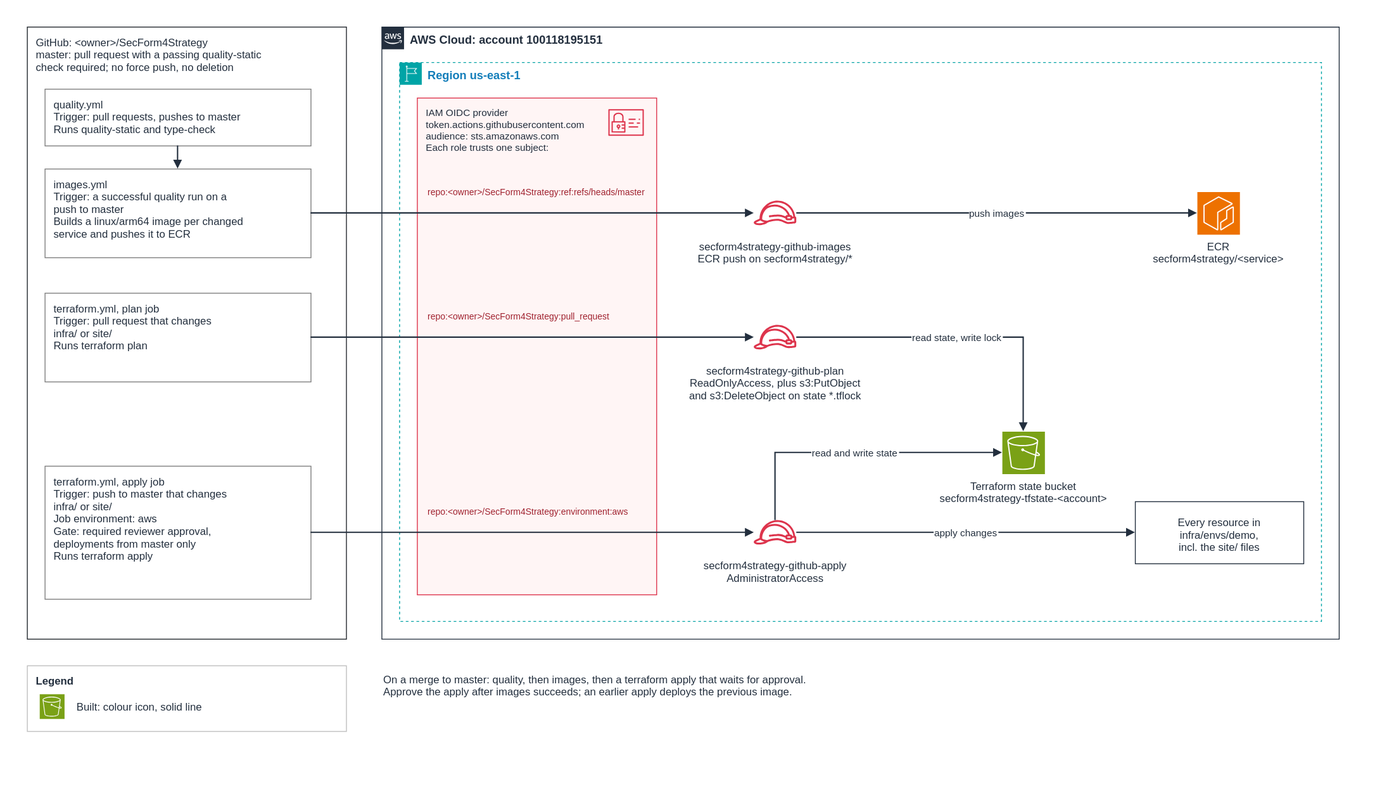
The draw.io diagram docs/diagrams/aws-ci-cd.drawio.svg in josemita87/SecForm4Strategy, before a commit. Source tidied: cells renumbered, new cells last; positions are measured from the earlier drawing's top-left corner, leaving out a move shared by most shapes.
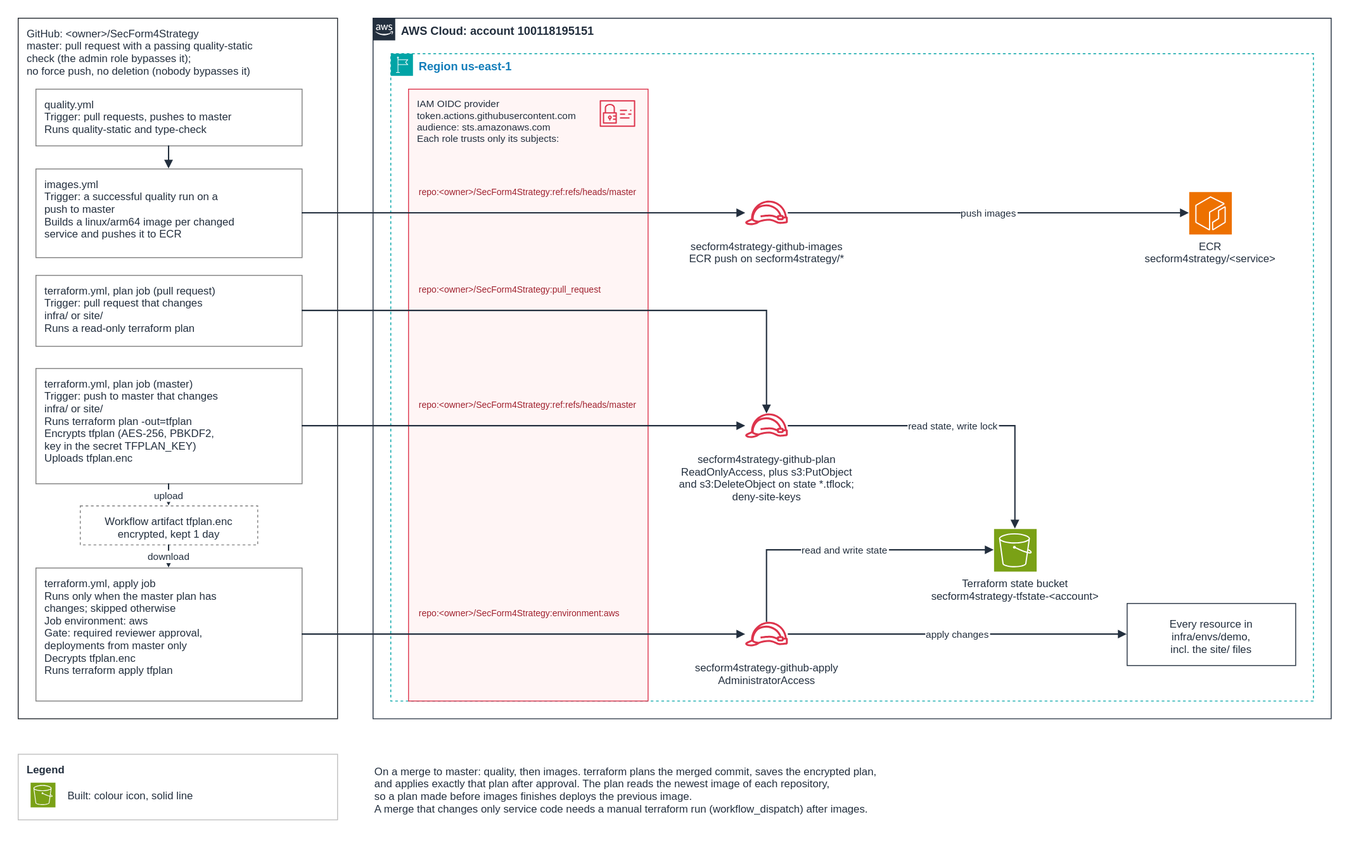
The same diagram one commit later.

The edit, as a diff of the source:
```diff
@@ -2,65 +2,65 @@
   <root>
     <mxCell id="0" />
     <mxCell id="1" parent="0" />
-    <mxCell id="2" value="GitHub: &lt;owner&gt;/SecForm4Strategy&#10;master: pull request with a passing quality-static&#10;check required; no force push, no deletion" style="rounded=0;arcSize=6;html=0;fillColor=none;strokeColor=#24292F;fontColor=#232F3E;fontSize=12;fontStyle=0;verticalAlign=top;align=left;spacingLeft=8;spacingTop=4;spacingRight=8;" parent="1" vertex="1">
-      <mxGeometry width="360" height="690" as="geometry" />
+    <mxCell id="2" value="GitHub: &lt;owner&gt;/SecForm4Strategy&#10;master: pull request with a passing quality-static&#10;check (the admin role bypasses it);&#10;no force push, no deletion (nobody bypasses it)" style="rounded=0;arcSize=6;html=0;fillColor=none;strokeColor=#24292F;fontColor=#232F3E;fontSize=12;fontStyle=0;verticalAlign=top;align=left;spacingLeft=8;spacingTop=4;spacingRight=8;" parent="1" vertex="1">
+      <mxGeometry width="360" height="790" as="geometry" />
     </mxCell>
     <mxCell id="3" value="images.yml&#10;Trigger: a successful quality run on a&#10;push to master&#10;Builds a linux/arm64 image per changed&#10;service and pushes it to ECR" style="rounded=0;arcSize=6;html=0;fillColor=#FFFFFF;strokeColor=#7F7F7F;fontColor=#232F3E;fontSize=12;fontStyle=0;verticalAlign=top;align=left;spacingLeft=8;spacingTop=4;spacingRight=8;" parent="1" vertex="1">
-      <mxGeometry x="20" y="160" width="300" height="100" as="geometry" />
+      <mxGeometry x="20" y="170" width="300" height="100" as="geometry" />
     </mxCell>
-    <mxCell id="4" value="terraform.yml, plan job&#10;Trigger: pull request that changes&#10;infra/ or site/&#10;Runs terraform plan" style="rounded=0;arcSize=6;html=0;fillColor=#FFFFFF;strokeColor=#7F7F7F;fontColor=#232F3E;fontSize=12;fontStyle=0;verticalAlign=top;align=left;spacingLeft=8;spacingTop=4;spacingRight=8;" parent="1" vertex="1">
-      <mxGeometry x="20" y="300" width="300" height="100" as="geometry" />
+    <mxCell id="4" value="terraform.yml, plan job (pull request)&#10;Trigger: pull request that changes&#10;infra/ or site/&#10;Runs a read-only terraform plan" style="rounded=0;arcSize=6;html=0;fillColor=#FFFFFF;strokeColor=#7F7F7F;fontColor=#232F3E;fontSize=12;fontStyle=0;verticalAlign=top;align=left;spacingLeft=8;spacingTop=4;spacingRight=8;" parent="1" vertex="1">
+      <mxGeometry x="20" y="290" width="300" height="80" as="geometry" />
     </mxCell>
-    <mxCell id="5" value="terraform.yml, apply job&#10;Trigger: push to master that changes&#10;infra/ or site/&#10;Job environment: aws&#10;Gate: required reviewer approval,&#10;deployments from master only&#10;Runs terraform apply" style="rounded=0;arcSize=6;html=0;fillColor=#FFFFFF;strokeColor=#7F7F7F;fontColor=#232F3E;fontSize=12;fontStyle=0;verticalAlign=top;align=left;spacingLeft=8;spacingTop=4;spacingRight=8;" parent="1" vertex="1">
-      <mxGeometry x="20" y="495" width="300" height="150" as="geometry" />
+    <mxCell id="5" value="terraform.yml, apply job&#10;Runs only when the master plan has&#10;changes; skipped otherwise&#10;Job environment: aws&#10;Gate: required reviewer approval,&#10;deployments from master only&#10;Decrypts tfplan.enc&#10;Runs terraform apply tfplan" style="rounded=0;arcSize=6;html=0;fillColor=#FFFFFF;strokeColor=#7F7F7F;fontColor=#232F3E;fontSize=12;fontStyle=0;verticalAlign=top;align=left;spacingLeft=8;spacingTop=4;spacingRight=8;" parent="1" vertex="1">
+      <mxGeometry x="20" y="620" width="300" height="150" as="geometry" />
     </mxCell>
     <mxCell id="6" value="AWS Cloud: account 100118195151" style="gradientColor=none;html=0;fontSize=13;fontStyle=1;shape=mxgraph.aws4.group;verticalAlign=top;align=left;spacingLeft=30;grIcon=mxgraph.aws4.group_aws_cloud_alt;strokeColor=#232F3E;fillColor=none;fontColor=#232F3E;dashed=0;" parent="1" vertex="1">
-      <mxGeometry x="400" width="1080" height="690" as="geometry" />
+      <mxGeometry x="400" width="1080" height="790" as="geometry" />
     </mxCell>
     <mxCell id="7" value="Region us-east-1" style="gradientColor=none;html=0;fontSize=13;fontStyle=1;shape=mxgraph.aws4.group;verticalAlign=top;align=left;spacingLeft=30;grIcon=mxgraph.aws4.group_region;strokeColor=#00A4A6;fillColor=none;fontColor=#147EBA;dashed=1;" parent="1" vertex="1">
-      <mxGeometry x="420" y="40" width="1040" height="630" as="geometry" />
+      <mxGeometry x="420" y="40" width="1040" height="730" as="geometry" />
     </mxCell>
-    <mxCell id="8" value="IAM OIDC provider&#10;token.actions.githubusercontent.com&#10;audience: sts.amazonaws.com&#10;Each role trusts one subject:" style="rounded=0;arcSize=6;html=0;fillColor=#FFF5F5;strokeColor=#DD344C;fontColor=#232F3E;fontSize=11;fontStyle=0;verticalAlign=top;align=left;spacingLeft=8;spacingTop=4;spacingRight=8;" parent="1" vertex="1">
-      <mxGeometry x="440" y="80" width="270" height="560" as="geometry" />
+    <mxCell id="8" value="IAM OIDC provider&#10;token.actions.githubusercontent.com&#10;audience: sts.amazonaws.com&#10;Each role trusts only its subjects:" style="rounded=0;arcSize=6;html=0;fillColor=#FFF5F5;strokeColor=#DD344C;fontColor=#232F3E;fontSize=11;fontStyle=0;verticalAlign=top;align=left;spacingLeft=8;spacingTop=4;spacingRight=8;" parent="1" vertex="1">
+      <mxGeometry x="440" y="80" width="270" height="690" as="geometry" />
     </mxCell>
     <mxCell id="9" style="fontColor=#232F3E;gradientColor=none;fillColor=#DD344C;strokeColor=none;dashed=0;verticalLabelPosition=bottom;verticalAlign=top;align=center;html=0;fontSize=12;fontStyle=0;shape=mxgraph.aws4.identity_and_access_management;" parent="1" vertex="1">
       <mxGeometry x="656" y="88" width="40" height="40" as="geometry" />
     </mxCell>
     <mxCell id="10" value="secform4strategy-github-images&#10;ECR push on secform4strategy/*" style="outlineConnect=0;fontColor=#232F3E;gradientColor=none;fillColor=#DD344C;strokeColor=none;dashed=0;verticalLabelPosition=bottom;verticalAlign=top;align=center;html=0;fontSize=12;fontStyle=0;shape=mxgraph.aws4.role;" parent="1" vertex="1">
-      <mxGeometry x="820" y="186" width="48" height="48" as="geometry" />
+      <mxGeometry x="820" y="196" width="48" height="48" as="geometry" />
     </mxCell>
-    <mxCell id="11" value="secform4strategy-github-plan&#10;ReadOnlyAccess, plus s3:PutObject&#10;and s3:DeleteObject on state *.tflock" style="outlineConnect=0;fontColor=#232F3E;gradientColor=none;fillColor=#DD344C;strokeColor=none;dashed=0;verticalLabelPosition=bottom;verticalAlign=top;align=center;html=0;fontSize=12;fontStyle=0;shape=mxgraph.aws4.role;" parent="1" vertex="1">
-      <mxGeometry x="820" y="326" width="48" height="48" as="geometry" />
+    <mxCell id="11" value="secform4strategy-github-plan&#10;ReadOnlyAccess, plus s3:PutObject&#10;and s3:DeleteObject on state *.tflock;&#10;deny-site-keys" style="outlineConnect=0;fontColor=#232F3E;gradientColor=none;fillColor=#DD344C;strokeColor=none;dashed=0;verticalLabelPosition=bottom;verticalAlign=top;align=center;html=0;fontSize=12;fontStyle=0;shape=mxgraph.aws4.role;" parent="1" vertex="1">
+      <mxGeometry x="820" y="436" width="48" height="48" as="geometry" />
     </mxCell>
     <mxCell id="12" value="secform4strategy-github-apply&#10;AdministratorAccess" style="outlineConnect=0;fontColor=#232F3E;gradientColor=none;fillColor=#DD344C;strokeColor=none;dashed=0;verticalLabelPosition=bottom;verticalAlign=top;align=center;html=0;fontSize=12;fontStyle=0;shape=mxgraph.aws4.role;" parent="1" vertex="1">
-      <mxGeometry x="820" y="546" width="48" height="48" as="geometry" />
+      <mxGeometry x="820" y="671" width="48" height="48" as="geometry" />
     </mxCell>
     <mxCell id="13" style="edgeStyle=orthogonalEdgeStyle;rounded=0;html=0;endArrow=block;endFill=1;strokeWidth=1.5;strokeColor=#232F3E;fontColor=#232F3E;fontSize=11;labelBackgroundColor=#ffffff;exitX=1;exitY=0.5;exitDx=0;exitDy=0;entryX=0;entryY=0.5;entryDx=0;entryDy=0;" parent="1" edge="1" source="3" target="10">
       <mxGeometry relative="1" as="geometry" />
     </mxCell>
     <mxCell id="14" value="repo:&lt;owner&gt;/SecForm4Strategy:ref:refs/heads/master" style="text;html=0;strokeColor=none;fillColor=none;align=left;verticalAlign=middle;fontSize=10;fontColor=#A0222F;fontStyle=0;" parent="1" vertex="1">
-      <mxGeometry x="450" y="168" width="250" height="36" as="geometry" />
+      <mxGeometry x="450" y="178" width="250" height="36" as="geometry" />
     </mxCell>
-    <mxCell id="15" style="edgeStyle=orthogonalEdgeStyle;rounded=0;html=0;endArrow=block;endFill=1;strokeWidth=1.5;strokeColor=#232F3E;fontColor=#232F3E;fontSize=11;labelBackgroundColor=#ffffff;exitX=1;exitY=0.5;exitDx=0;exitDy=0;entryX=0;entryY=0.5;entryDx=0;entryDy=0;" parent="1" edge="1" source="4" target="11">
+    <mxCell id="15" style="edgeStyle=orthogonalEdgeStyle;rounded=0;html=0;endArrow=block;endFill=1;strokeWidth=1.5;strokeColor=#232F3E;fontColor=#232F3E;fontSize=11;labelBackgroundColor=#ffffff;exitX=1;exitY=0.5;exitDx=0;exitDy=0;entryX=0.5;entryY=0;entryDx=0;entryDy=0;" parent="1" edge="1" source="4" target="11">
       <mxGeometry relative="1" as="geometry" />
     </mxCell>
     <mxCell id="16" value="repo:&lt;owner&gt;/SecForm4Strategy:pull_request" style="text;html=0;strokeColor=none;fillColor=none;align=left;verticalAlign=middle;fontSize=10;fontColor=#A0222F;fontStyle=0;" parent="1" vertex="1">
-      <mxGeometry x="450" y="308" width="250" height="36" as="geometry" />
+      <mxGeometry x="450" y="288" width="250" height="36" as="geometry" />
     </mxCell>
     <mxCell id="17" style="edgeStyle=orthogonalEdgeStyle;rounded=0;html=0;endArrow=block;endFill=1;strokeWidth=1.5;strokeColor=#232F3E;fontColor=#232F3E;fontSize=11;labelBackgroundColor=#ffffff;exitX=1;exitY=0.5;exitDx=0;exitDy=0;entryX=0;entryY=0.5;entryDx=0;entryDy=0;" parent="1" edge="1" source="5" target="12">
       <mxGeometry relative="1" as="geometry" />
     </mxCell>
     <mxCell id="18" value="repo:&lt;owner&gt;/SecForm4Strategy:environment:aws" style="text;html=0;strokeColor=none;fillColor=none;align=left;verticalAlign=middle;fontSize=10;fontColor=#A0222F;fontStyle=0;" parent="1" vertex="1">
-      <mxGeometry x="450" y="528" width="250" height="36" as="geometry" />
+      <mxGeometry x="450" y="653" width="250" height="36" as="geometry" />
     </mxCell>
     <mxCell id="19" value="ECR&#10;secform4strategy/&lt;service&gt;" style="points=[[0,0,0],[0.25,0,0],[0.5,0,0],[0.75,0,0],[1,0,0],[0,1,0],[0.25,1,0],[0.5,1,0],[0.75,1,0],[1,1,0],[0,0.25,0],[0,0.5,0],[0,0.75,0],[1,0.25,0],[1,0.5,0],[1,0.75,0]];outlineConnect=0;fontColor=#232F3E;fillColor=#ED7100;strokeColor=#ffffff;dashed=0;verticalLabelPosition=bottom;verticalAlign=top;align=center;html=0;fontSize=12;fontStyle=0;shape=mxgraph.aws4.resourceIcon;resIcon=mxgraph.aws4.ecr;" parent="1" vertex="1">
-      <mxGeometry x="1320" y="186" width="48" height="48" as="geometry" />
+      <mxGeometry x="1320" y="196" width="48" height="48" as="geometry" />
     </mxCell>
     <mxCell id="20" value="Terraform state bucket&#10;secform4strategy-tfstate-&lt;account&gt;" style="points=[[0,0,0],[0.25,0,0],[0.5,0,0],[0.75,0,0],[1,0,0],[0,1,0],[0.25,1,0],[0.5,1,0],[0.75,1,0],[1,1,0],[0,0.25,0],[0,0.5,0],[0,0.75,0],[1,0.25,0],[1,0.5,0],[1,0.75,0]];outlineConnect=0;fontColor=#232F3E;fillColor=#7AA116;strokeColor=#ffffff;dashed=0;verticalLabelPosition=bottom;verticalAlign=top;align=center;html=0;fontSize=12;fontStyle=0;shape=mxgraph.aws4.resourceIcon;resIcon=mxgraph.aws4.s3;" parent="1" vertex="1">
-      <mxGeometry x="1100" y="456" width="48" height="48" as="geometry" />
+      <mxGeometry x="1100" y="576" width="48" height="48" as="geometry" />
     </mxCell>
     <mxCell id="21" value="Every resource in&#10;infra/envs/demo,&#10;incl. the site/ files" style="rounded=0;arcSize=6;html=0;fillColor=none;strokeColor=#232F3E;fontColor=#232F3E;fontSize=12;fontStyle=0;verticalAlign=middle;align=center;spacingLeft=8;spacingTop=4;spacingRight=8;" parent="1" vertex="1">
-      <mxGeometry x="1250" y="535" width="190" height="70" as="geometry" />
+      <mxGeometry x="1250" y="660" width="190" height="70" as="geometry" />
     </mxCell>
     <mxCell id="22" value="push images" style="edgeStyle=orthogonalEdgeStyle;rounded=0;html=0;endArrow=block;endFill=1;strokeWidth=1.5;strokeColor=#232F3E;fontColor=#232F3E;fontSize=11;labelBackgroundColor=#ffffff;exitX=1;exitY=0.5;exitDx=0;exitDy=0;entryX=0;entryY=0.5;entryDx=0;entryDy=0;" parent="1" edge="1" source="10" target="19">
       <mxGeometry relative="1" as="geometry" />
@@ -75,22 +75,40 @@
       <mxGeometry relative="1" as="geometry" />
     </mxCell>
     <mxCell id="26" value="Legend" style="rounded=0;arcSize=6;html=0;fillColor=#FFFFFF;strokeColor=#BFBFBF;fontColor=#232F3E;fontSize=12;fontStyle=1;verticalAlign=top;align=left;spacingLeft=8;spacingTop=4;spacingRight=8;" parent="1" vertex="1">
-      <mxGeometry y="720" width="360" height="74" as="geometry" />
+      <mxGeometry y="830" width="360" height="74" as="geometry" />
     </mxCell>
     <mxCell id="27" style="fontColor=#232F3E;fillColor=#7AA116;strokeColor=#ffffff;dashed=0;verticalLabelPosition=bottom;verticalAlign=top;align=center;html=0;fontSize=12;fontStyle=0;shape=mxgraph.aws4.resourceIcon;resIcon=mxgraph.aws4.s3;" parent="1" vertex="1">
-      <mxGeometry x="14" y="752" width="28" height="28" as="geometry" />
+      <mxGeometry x="14" y="862" width="28" height="28" as="geometry" />
     </mxCell>
     <mxCell id="28" value="Built: colour icon, solid line" style="text;html=0;strokeColor=none;fillColor=none;align=left;verticalAlign=middle;fontSize=12;fontColor=#232F3E;fontStyle=0;" parent="1" vertex="1">
-      <mxGeometry x="54" y="752" width="300" height="28" as="geometry" />
+      <mxGeometry x="54" y="862" width="300" height="28" as="geometry" />
     </mxCell>
-    <mxCell id="29" value="On a merge to master: quality, then images, then a terraform apply that waits for approval.&#10;Approve the apply after images succeeds; an earlier apply deploys the previous image." style="text;html=0;strokeColor=none;fillColor=none;align=left;verticalAlign=middle;fontSize=12;fontColor=#232F3E;fontStyle=0;" parent="1" vertex="1">
-      <mxGeometry x="400" y="720" width="760" height="44" as="geometry" />
+    <mxCell id="29" value="On a merge to master: quality, then images. terraform plans the merged commit, saves the encrypted plan,&#10;and applies exactly that plan after approval. The plan reads the newest image of each repository,&#10;so a plan made before images finishes deploys the previous image.&#10;A merge that changes only service code needs a manual terraform run (workflow_dispatch) after images." style="text;html=0;strokeColor=none;fillColor=none;align=left;verticalAlign=middle;fontSize=12;fontColor=#232F3E;fontStyle=0;" parent="1" vertex="1">
+      <mxGeometry x="400" y="830" width="800" height="80" as="geometry" />
     </mxCell>
     <mxCell id="30" value="quality.yml&#10;Trigger: pull requests, pushes to master&#10;Runs quality-static and type-check" style="rounded=0;arcSize=6;html=0;fillColor=#FFFFFF;strokeColor=#7F7F7F;fontColor=#232F3E;fontSize=12;fontStyle=0;verticalAlign=top;align=left;spacingLeft=8;spacingTop=4;spacingRight=8;" parent="1" vertex="1">
-      <mxGeometry x="20" y="70" width="300" height="64" as="geometry" />
+      <mxGeometry x="20" y="80" width="300" height="64" as="geometry" />
     </mxCell>
     <mxCell id="31" style="edgeStyle=orthogonalEdgeStyle;rounded=0;html=0;endArrow=block;endFill=1;strokeWidth=1.5;strokeColor=#232F3E;fontColor=#232F3E;fontSize=11;labelBackgroundColor=#ffffff;exitX=0.5;exitY=1;exitDx=0;exitDy=0;entryX=0.5;entryY=0;entryDx=0;entryDy=0;" parent="1" edge="1" source="30" target="3">
       <mxGeometry relative="1" as="geometry" />
     </mxCell>
+    <mxCell id="32" value="terraform.yml, plan job (master)&#10;Trigger: push to master that changes&#10;infra/ or site/&#10;Runs terraform plan -out=tfplan&#10;Encrypts tfplan (AES-256, PBKDF2,&#10;key in the secret TFPLAN_KEY)&#10;Uploads tfplan.enc" style="rounded=0;arcSize=6;html=0;fillColor=#FFFFFF;strokeColor=#7F7F7F;fontColor=#232F3E;fontSize=12;fontStyle=0;verticalAlign=top;align=left;spacingLeft=8;spacingTop=4;spacingRight=8;" parent="1" vertex="1">
+      <mxGeometry x="20" y="395" width="300" height="130" as="geometry" />
+    </mxCell>
+    <mxCell id="33" value="Workflow artifact tfplan.enc&#10;encrypted, kept 1 day" style="rounded=0;arcSize=6;html=0;fillColor=#FFFFFF;strokeColor=#7F7F7F;dashed=1;fontColor=#232F3E;fontSize=12;fontStyle=0;verticalAlign=middle;align=center;spacingLeft=8;spacingTop=4;spacingRight=8;" parent="1" vertex="1">
+      <mxGeometry x="70" y="550" width="200" height="44" as="geometry" />
+    </mxCell>
+    <mxCell id="34" value="upload" style="edgeStyle=orthogonalEdgeStyle;rounded=0;html=0;endArrow=block;endFill=1;strokeWidth=1.5;strokeColor=#232F3E;fontColor=#232F3E;fontSize=11;labelBackgroundColor=#ffffff;exitX=0.5;exitY=1;exitDx=0;exitDy=0;entryX=0.5;entryY=0;entryDx=0;entryDy=0;" parent="1" edge="1" source="32" target="33">
+      <mxGeometry relative="1" as="geometry" />
+    </mxCell>
+    <mxCell id="35" value="download" style="edgeStyle=orthogonalEdgeStyle;rounded=0;html=0;endArrow=block;endFill=1;strokeWidth=1.5;strokeColor=#232F3E;fontColor=#232F3E;fontSize=11;labelBackgroundColor=#ffffff;exitX=0.5;exitY=1;exitDx=0;exitDy=0;entryX=0.5;entryY=0;entryDx=0;entryDy=0;" parent="1" edge="1" source="33" target="5">
+      <mxGeometry relative="1" as="geometry" />
+    </mxCell>
+    <mxCell id="36" value="repo:&lt;owner&gt;/SecForm4Strategy:ref:refs/heads/master" style="text;html=0;strokeColor=none;fillColor=none;align=left;verticalAlign=middle;fontSize=10;fontColor=#A0222F;fontStyle=0;" parent="1" vertex="1">
+      <mxGeometry x="450" y="418" width="250" height="36" as="geometry" />
+    </mxCell>
+    <mxCell id="37" style="edgeStyle=orthogonalEdgeStyle;rounded=0;html=0;endArrow=block;endFill=1;strokeWidth=1.5;strokeColor=#232F3E;fontColor=#232F3E;fontSize=11;labelBackgroundColor=#ffffff;exitX=1;exitY=0.5;exitDx=0;exitDy=0;entryX=0;entryY=0.5;entryDx=0;entryDy=0;" parent="1" edge="1" source="32" target="11">
+      <mxGeometry relative="1" as="geometry" />
+    </mxCell>
   </root>
 </mxGraphModel>
```
